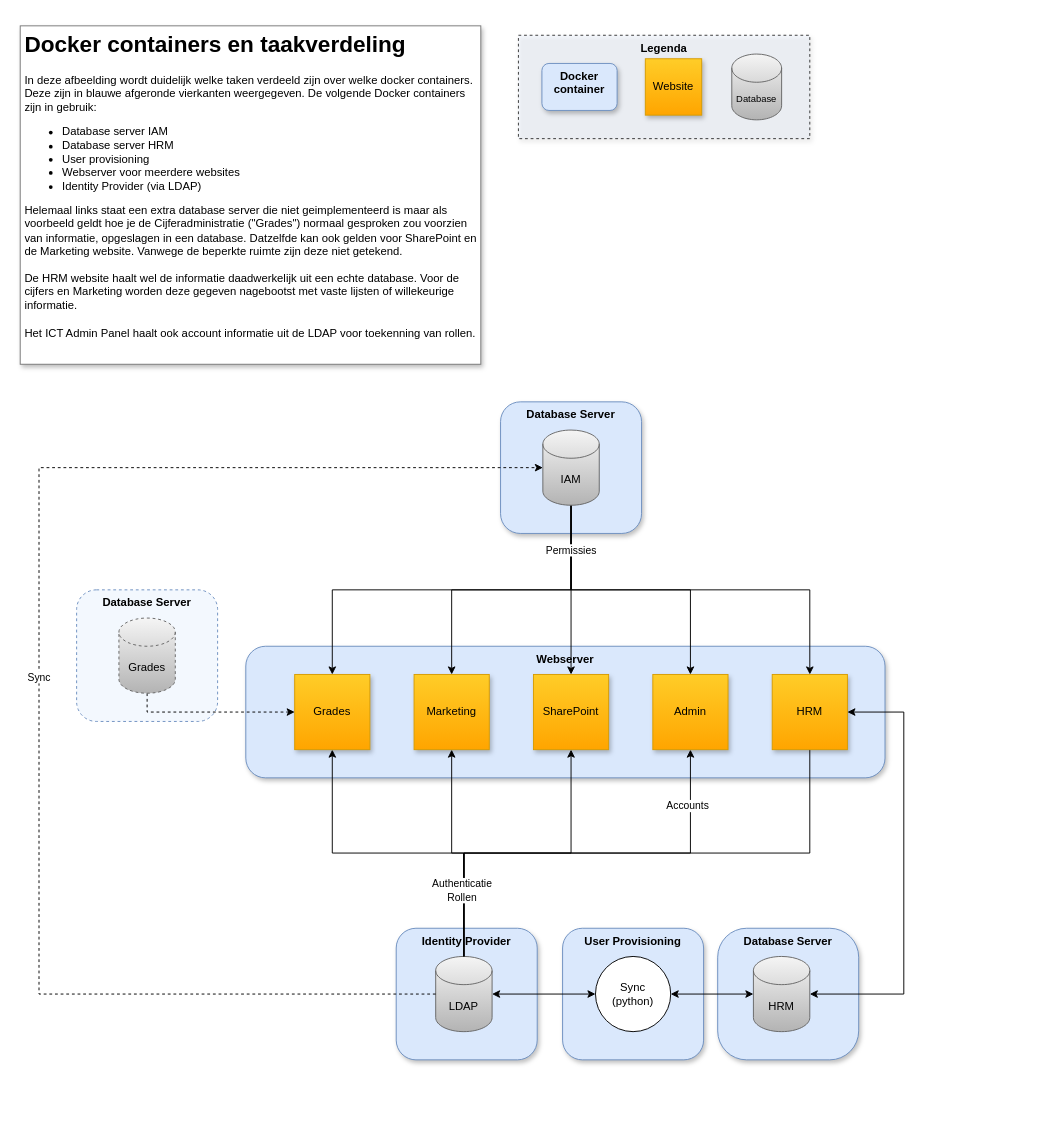
Above: page "Websites" (1 of 5) of Documentation/Diagrammen.drawio in martinmolema/RBAC-2FA-Excercises (draw.io), before the change. Source tidied: cells renumbered, new cells numbered last; positions are measured from the earlier drawing's top-left corner, leaving out a move shared by most shapes. Both pictures are drawn from the tidied source at 94%, with x=0, y=0 at pixel (20, 25).
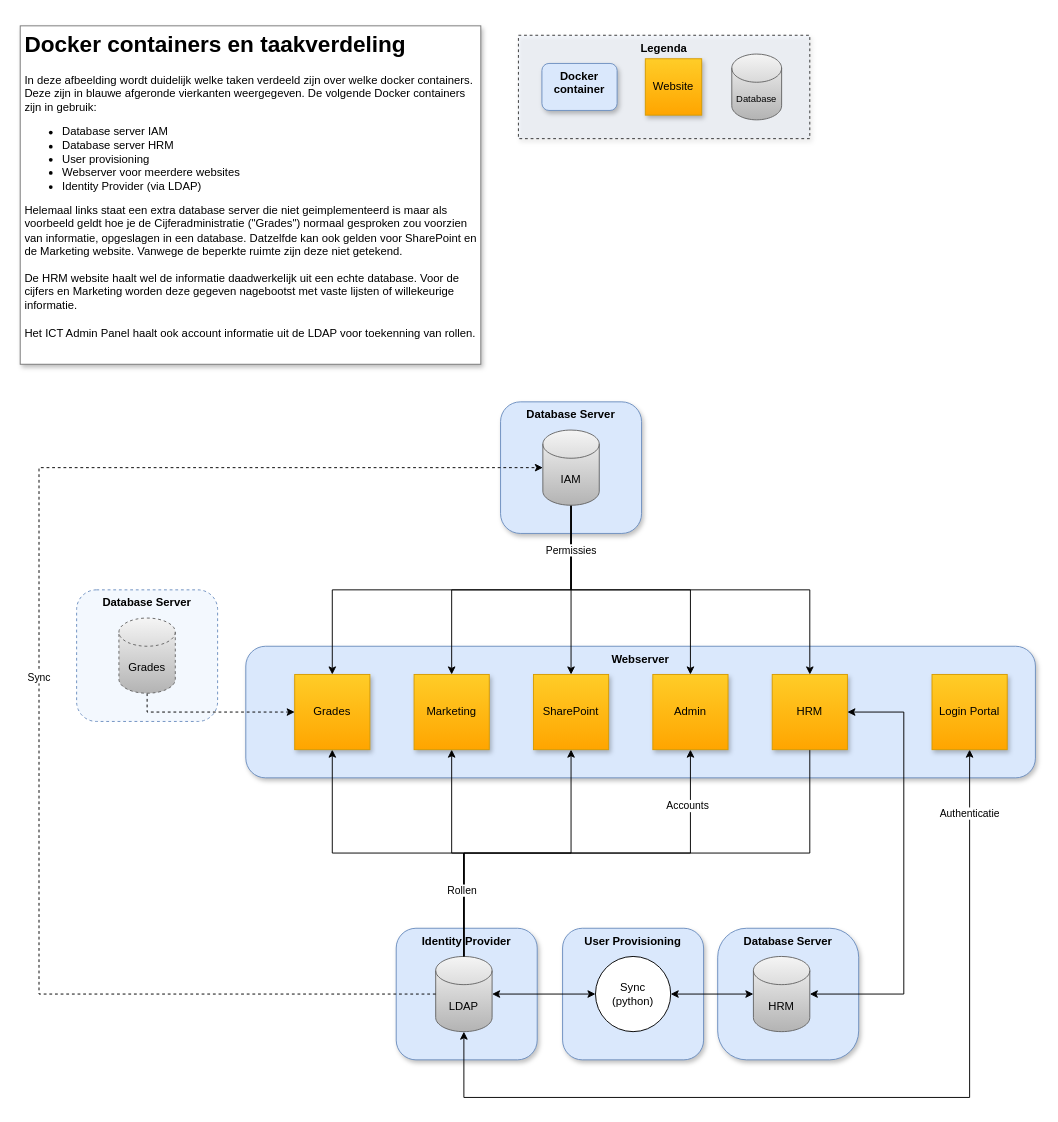
The same page after the edit.

Unchanged cells that the change refers to:
```xml
<mxCell id="8" value="LDAP" style="shape=cylinder3;whiteSpace=wrap;html=1;boundedLbl=1;backgroundOutline=1;size=15;fillColor=#f5f5f5;gradientColor=#b3b3b3;strokeColor=#666666;" parent="1" vertex="1">
  <mxGeometry x="442" y="990" width="60" height="80" as="geometry" />
</mxCell>
<mxCell id="22" value="Marketing" style="whiteSpace=wrap;html=1;fillColor=#ffcd28;strokeColor=#d79b00;gradientColor=#ffa500;shadow=1;rounded=0;" parent="1" vertex="1">
  <mxGeometry x="419" y="690" width="80" height="80" as="geometry" />
</mxCell>
```

What changed in the source:
```diff
@@
     <mxCell id="6" value="Webserver" style="rounded=1;whiteSpace=wrap;html=1;verticalAlign=top;fontStyle=1;fillColor=#dae8fc;strokeColor=#6c8ebf;shadow=1;" parent="1" vertex="1">
-      <mxGeometry x="240" y="660" width="680" height="140" as="geometry" />
+      <mxGeometry x="240" y="660" width="840" height="140" as="geometry" />
     </mxCell>
@@
+    <mxCell id="38" value="Authenticatie" style="edgeStyle=orthogonalEdgeStyle;rounded=0;jettySize=auto;html=1;exitX=0.5;exitY=1;exitDx=0;exitDy=0;exitPerimeter=0;startArrow=classic;startFill=1;" parent="1" edge="1" source="8" target="39">
+      <mxGeometry x="0.86" relative="1" as="geometry">
+        <Array as="points">
+          <mxPoint x="472" y="1140" />
+          <mxPoint x="1010" y="1140" />
+        </Array>
+      </mxGeometry>
+    </mxCell>
@@
-    <mxCell id="21" value="Authenticatie&lt;br&gt;Rollen" style="edgeStyle=orthogonalEdgeStyle;rounded=0;jettySize=auto;html=1;exitX=0.5;exitY=1;exitDx=0;exitDy=0;startArrow=classic;startFill=1;endArrow=none;endFill=0;" parent="1" edge="1" source="22" target="8">
+    <mxCell id="21" value="Rollen" style="edgeStyle=orthogonalEdgeStyle;rounded=0;jettySize=auto;html=1;exitX=0.5;exitY=1;exitDx=0;exitDy=0;startArrow=classic;startFill=1;endArrow=none;endFill=0;" parent="1" edge="1" source="22" target="8">
       <mxGeometry x="0.4" y="-2" relative="1" as="geometry" />
     </mxCell>
@@
+    <mxCell id="39" value="Login Portal" style="whiteSpace=wrap;html=1;fillColor=#ffcd28;strokeColor=#d79b00;gradientColor=#ffa500;shadow=1;rounded=0;" parent="1" vertex="1">
+      <mxGeometry x="970" y="690" width="80" height="80" as="geometry" />
+    </mxCell>
```
